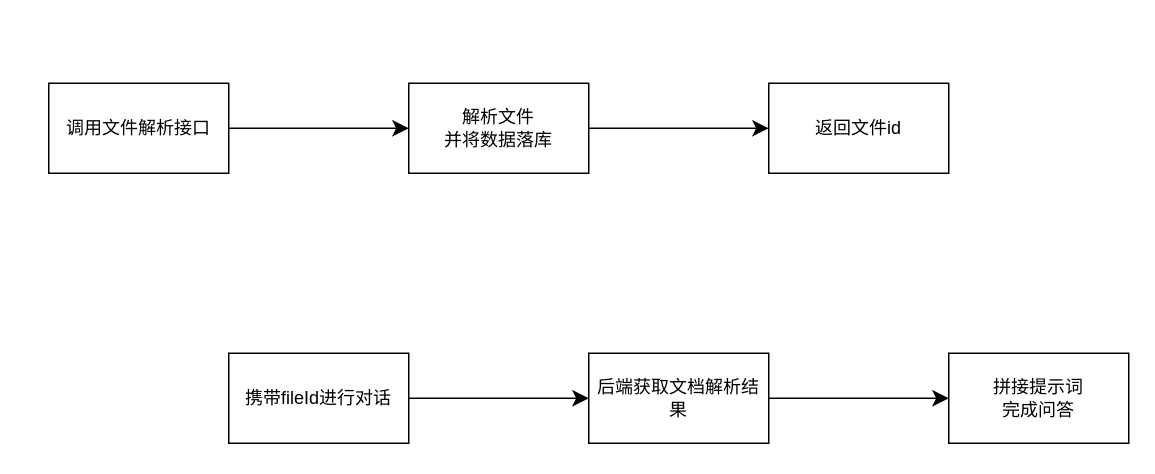
Chentx1243/draw.io keeps this draw.io diagram as 文件问答实现.drawio. Above is the earlier version. Source tidied: cells renumbered, new cells numbered last; positions are measured from the earlier drawing's top-left corner, leaving out a move shared by most shapes. Both pictures are drawn from the tidied source at 150%, with x=0, y=0 at pixel (48, 82).
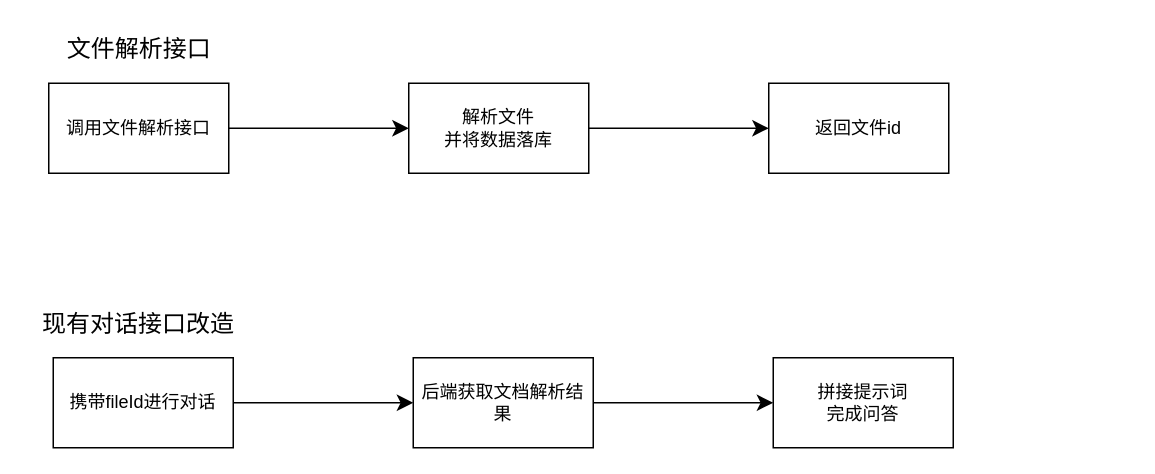
The same diagram, later.

Commit message (it also covers changes not shown here):
更新文件问答实现.drawio

What changed in the source:
```diff
@@
 <mxGraphModel>
   <root>
     <mxCell id="0" />
     <mxCell id="1" parent="0" />
     <mxCell id="2" style="edgeStyle=none;curved=1;rounded=0;jettySize=auto;html=1;fontSize=12;startSize=8;endSize=8;" parent="1" edge="1" source="3" target="5">
       <mxGeometry relative="1" as="geometry" />
     </mxCell>
     <mxCell id="3" value="调用文件解析接口" style="rounded=0;whiteSpace=wrap;html=1;" parent="1" vertex="1">
       <mxGeometry width="120" height="60" as="geometry" />
     </mxCell>
     <mxCell id="4" style="edgeStyle=none;curved=1;rounded=0;jettySize=auto;html=1;fontSize=12;startSize=8;endSize=8;" parent="1" edge="1" source="5" target="6">
       <mxGeometry relative="1" as="geometry" />
     </mxCell>
     <mxCell id="5" value="解析文件&lt;div&gt;并将数据落库&lt;/div&gt;" style="whiteSpace=wrap;html=1;rounded=0;" parent="1" vertex="1">
       <mxGeometry x="240" width="120" height="60" as="geometry" />
     </mxCell>
     <mxCell id="6" value="返回文件id" style="whiteSpace=wrap;html=1;rounded=0;" parent="1" vertex="1">
       <mxGeometry x="480" width="120" height="60" as="geometry" />
     </mxCell>
     <mxCell id="7" style="edgeStyle=none;curved=1;rounded=0;jettySize=auto;html=1;fontSize=12;startSize=8;endSize=8;" parent="1" edge="1" source="8" target="10">
       <mxGeometry relative="1" as="geometry" />
     </mxCell>
     <mxCell id="8" value="携带fileId进行对话" style="whiteSpace=wrap;html=1;" parent="1" vertex="1">
-      <mxGeometry x="120" y="180" width="120" height="60" as="geometry" />
+      <mxGeometry x="3" y="183" width="120" height="60" as="geometry" />
     </mxCell>
     <mxCell id="9" style="edgeStyle=none;curved=1;rounded=0;jettySize=auto;html=1;fontSize=12;startSize=8;endSize=8;" parent="1" edge="1" source="10" target="11">
       <mxGeometry relative="1" as="geometry" />
     </mxCell>
     <mxCell id="10" value="后端获取文档解析结果" style="whiteSpace=wrap;html=1;" parent="1" vertex="1">
-      <mxGeometry x="360" y="180" width="120" height="60" as="geometry" />
+      <mxGeometry x="243" y="183" width="120" height="60" as="geometry" />
     </mxCell>
     <mxCell id="11" value="拼接提示词&lt;div&gt;完成问答&lt;/div&gt;" style="whiteSpace=wrap;html=1;" parent="1" vertex="1">
-      <mxGeometry x="600" y="180" width="120" height="60" as="geometry" />
+      <mxGeometry x="483" y="183" width="120" height="60" as="geometry" />
     </mxCell>
+    <mxCell id="12" value="文件解析接口" style="text;html=1;whiteSpace=wrap;strokeColor=none;fillColor=none;align=center;verticalAlign=middle;rounded=0;fontSize=16;" parent="1" vertex="1">
+      <mxGeometry x="-0.5" y="-38" width="121" height="30" as="geometry" />
+    </mxCell>
+    <mxCell id="13" value="现有对话接口改造" style="text;html=1;whiteSpace=wrap;strokeColor=none;fillColor=none;align=center;verticalAlign=middle;rounded=0;fontSize=16;" parent="1" vertex="1">
+      <mxGeometry x="-15" y="145" width="150" height="30" as="geometry" />
+    </mxCell>
   </root>
 </mxGraphModel>
```
